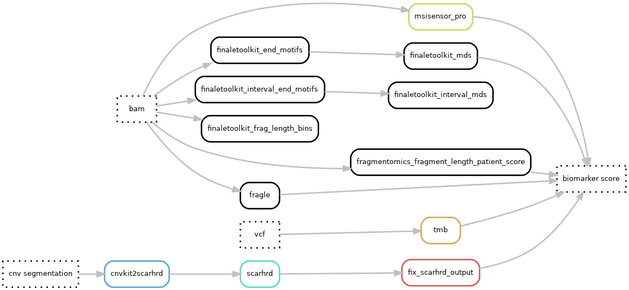
Above: docs/images/biomarkers.png in hydra-genetics/biomarker (Graphviz), before the change. Its source is kept beside it as docs/images/biomarkers.dot.
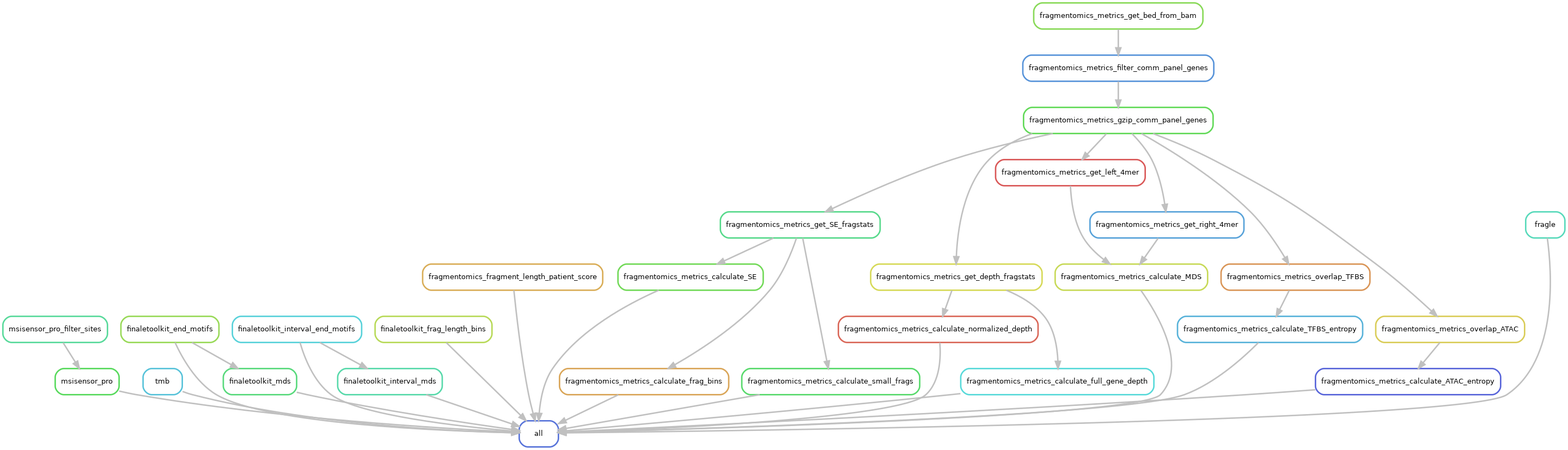
Above is the later version.

The edit, as a diff of the source:
```diff
@@ -1,40 +1,70 @@
 digraph snakemake_dag {
-	rankdir="LR"
     graph[bgcolor=white, margin=0];
     node[shape=box, style=rounded, fontname=sans,                 fontsize=10, penwidth=2];
     edge[penwidth=2, color=grey];
-	0[label = "biomarker score", color = "0.0 0.0 0.0", style="dotted"];
-	1[label = "msisensor_pro", color = "0.19 0.6 0.85", style="rounded"];
-	2[label = "tmb", color = "0.10 0.6 0.85", style="rounded"];
-	3[label = "fix_scarhrd_output", color = "0.00 0.6 0.85", style="rounded"];
-	4[label = "scarhrd", color = "0.48 0.6 0.85", style="rounded"];
-	5[label = "cnvkit2scarhrd", color = "0.57 0.6 0.85", style="rounded"];
-	6[label = "vcf", color = "0.0 0.0 0.0", style="dotted"];
-	7[label = "bam", color = "0.0 0.0 0.0", style="dotted"];
-	8[label = "cnv segmentation", color = "0.0 0.0 0.0", style="dotted"];
-	9[label = "finaletoolkit_end_motifs", color = "0.0 0.0 0.0", style="rounded"];
-	10[label = "finaletoolkit_interval_end_motifs", color = "0.0 0.0 0.0", style="rounded"];
-	11[label = "finaletoolkit_mds", color = "0.0 0.0 0.0", style="rounded"];
-	12[label = "finaletoolkit_interval_mds", color = "0.0 0.0 0.0", style="rounded"];
-	13[label = "finaletoolkit_frag_length_bins", color = "0.0 0.0 0.0", style="rounded"];
-	14[label = "fragmentomics_fragment_length_patient_score", color = "0.0 0.0 0.0", style="rounded"];
-	15[label = "fragle", color = "0.0 0.0 0.0", style="rounded"];
-	2 -> 0
+	0[label = "all", color = "0.63 0.6 0.85", style="rounded"];
+	1[label = "msisensor_pro", color = "0.34 0.6 0.85", style="rounded"];
+	2[label = "msisensor_pro_filter_sites", color = "0.42 0.6 0.85", style="rounded"];
+	3[label = "tmb", color = "0.53 0.6 0.85", style="rounded"];
+	4[label = "finaletoolkit_end_motifs", color = "0.25 0.6 0.85", style="rounded"];
+	5[label = "finaletoolkit_interval_end_motifs", color = "0.51 0.6 0.85", style="rounded"];
+	6[label = "finaletoolkit_mds", color = "0.38 0.6 0.85", style="rounded"];
+	7[label = "finaletoolkit_interval_mds", color = "0.44 0.6 0.85", style="rounded"];
+	8[label = "finaletoolkit_frag_length_bins", color = "0.21 0.6 0.85", style="rounded"];
+	9[label = "fragmentomics_fragment_length_patient_score", color = "0.11 0.6 0.85", style="rounded"];
+	10[label = "fragmentomics_metrics_calculate_SE", color = "0.30 0.6 0.85", style="rounded"];
+	11[label = "fragmentomics_metrics_get_SE_fragstats", color = "0.40 0.6 0.85", style="rounded"];
+	12[label = "fragmentomics_metrics_gzip_comm_panel_genes", color = "0.32 0.6 0.85", style="rounded"];
+	13[label = "fragmentomics_metrics_filter_comm_panel_genes", color = "0.59 0.6 0.85", style="rounded"];
+	14[label = "fragmentomics_metrics_get_bed_from_bam", color = "0.27 0.6 0.85", style="rounded"];
+	15[label = "fragmentomics_metrics_calculate_normalized_depth", color = "0.02 0.6 0.85", style="rounded"];
+	16[label = "fragmentomics_metrics_get_depth_fragstats", color = "0.17 0.6 0.85", style="rounded"];
+	17[label = "fragmentomics_metrics_calculate_frag_bins", color = "0.10 0.6 0.85", style="rounded"];
+	18[label = "fragmentomics_metrics_calculate_small_frags", color = "0.36 0.6 0.85", style="rounded"];
+	19[label = "fragmentomics_metrics_calculate_full_gene_depth", color = "0.50 0.6 0.85", style="rounded"];
+	20[label = "fragmentomics_metrics_calculate_MDS", color = "0.19 0.6 0.85", style="rounded"];
+	21[label = "fragmentomics_metrics_get_left_4mer", color = "0.00 0.6 0.85", style="rounded"];
+	22[label = "fragmentomics_metrics_get_right_4mer", color = "0.57 0.6 0.85", style="rounded"];
+	23[label = "fragmentomics_metrics_calculate_TFBS_entropy", color = "0.55 0.6 0.85", style="rounded"];
+	24[label = "fragmentomics_metrics_overlap_TFBS", color = "0.08 0.6 0.85", style="rounded"];
+	25[label = "fragmentomics_metrics_calculate_ATAC_entropy", color = "0.65 0.6 0.85", style="rounded"];
+	26[label = "fragmentomics_metrics_overlap_ATAC", color = "0.15 0.6 0.85", style="rounded"];
+	27[label = "fragle", color = "0.46 0.6 0.85", style="rounded"];
+	19 -> 0
+	5 -> 0
+	20 -> 0
+	3 -> 0
+	23 -> 0
+	8 -> 0
+	18 -> 0
+	6 -> 0
+	15 -> 0
+	25 -> 0
+	4 -> 0
+	17 -> 0
+	7 -> 0
+	27 -> 0
+	10 -> 0
+	9 -> 0
 	1 -> 0
-	3 -> 0
-	4 -> 3
-	5 -> 4
-	6 -> 2
-	7 -> 1
-	8 -> 5
-	7 -> 9
-	7 -> 10
-	9 -> 11
-	10 -> 12
-	7 -> 13
-	7 -> 14
-	11 -> 0
-	14 -> 0
-	7 -> 15
-	15 -> 0
+	2 -> 1
+	4 -> 6
+	5 -> 7
+	11 -> 10
+	12 -> 11
+	13 -> 12
+	14 -> 13
+	16 -> 15
+	12 -> 16
+	11 -> 17
+	11 -> 18
+	16 -> 19
+	22 -> 20
+	21 -> 20
+	12 -> 21
+	12 -> 22
+	24 -> 23
+	12 -> 24
+	26 -> 25
+	12 -> 26
 }
```
